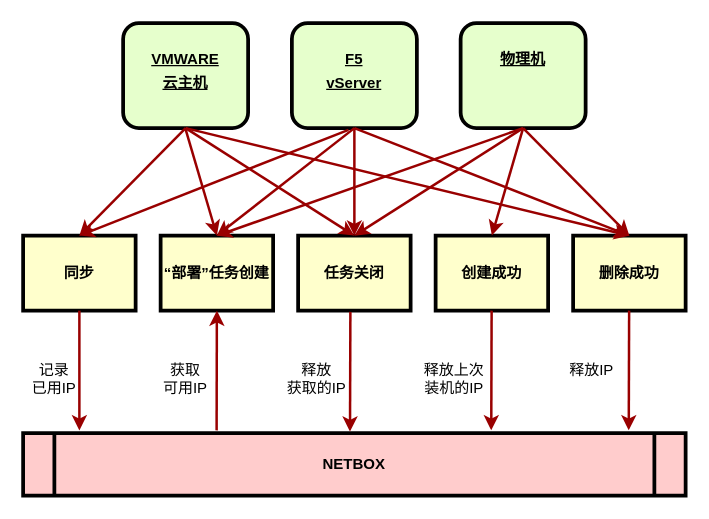
Before: IP管理流程图.drawio in Darren0829/draw.io, a draw.io diagram. Source tidied: cells renumbered, new cells numbered last; positions are measured from the earlier drawing's top-left corner, leaving out a move shared by most shapes. Both pictures are drawn from the tidied source at 125%, with x=0, y=0 at pixel (22, 22).
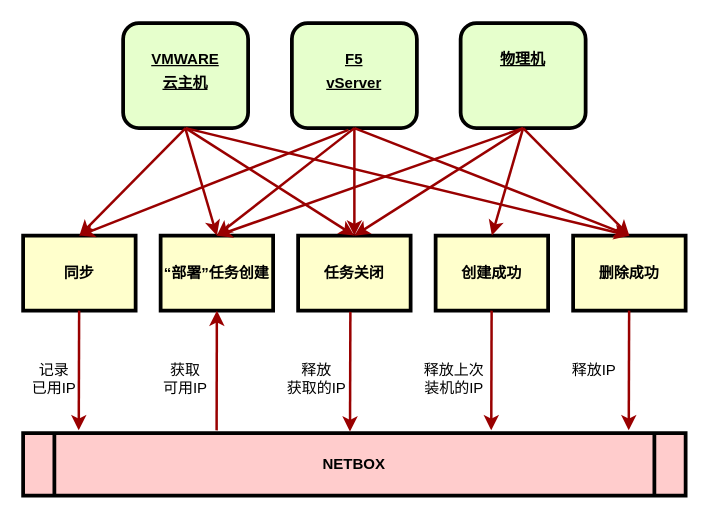
Above is the later version.

Commit message:
IP管理流程图.drawio

Unchanged cells that the change refers to:
```xml
<mxCell id="2" value="NETBOX" style="shape=process;whiteSpace=wrap;align=center;verticalAlign=middle;size=0.0475;fontStyle=1;strokeWidth=3;fillColor=#FFCCCC;" parent="1" vertex="1">
  <mxGeometry y="328" width="530" height="50" as="geometry" />
</mxCell>
<mxCell id="6" value="同步" style="whiteSpace=wrap;align=center;verticalAlign=middle;fontStyle=1;strokeWidth=3;fillColor=#FFFFCC;" parent="1" vertex="1">
  <mxGeometry y="170" width="90" height="60" as="geometry" />
</mxCell>
```

Change to the diagram source:
```diff
@@
-    <mxCell id="12" style="edgeStyle=elbowEdgeStyle;elbow=horizontal;strokeColor=#990000;strokeWidth=2;exitX=0.5;exitY=1;exitDx=0;exitDy=0;entryX=0.086;entryY=-0.043;entryDx=0;entryDy=0;entryPerimeter=0;" parent="1" edge="1" source="6" target="2">
-      <mxGeometry relative="1" as="geometry">
-        <Array as="points">
-          <mxPoint x="45" y="278" />
-          <mxPoint x="177.5" y="242" />
-          <mxPoint x="77.5" y="348" />
-        </Array>
-      </mxGeometry>
-    </mxCell>
@@
     <mxCell id="28" value="释放IP" style="text;spacingTop=-5;align=center;" parent="1" vertex="1">
-      <mxGeometry x="440" y="269" width="30" height="20" as="geometry" />
+      <mxGeometry x="442" y="269" width="30" height="20" as="geometry" />
     </mxCell>
@@
+    <mxCell id="33" style="edgeStyle=elbowEdgeStyle;elbow=horizontal;strokeColor=#990000;strokeWidth=2;exitX=0.5;exitY=1;exitDx=0;exitDy=0;entryX=0.086;entryY=-0.043;entryDx=0;entryDy=0;entryPerimeter=0;" parent="1" edge="1">
+      <mxGeometry relative="1" as="geometry">
+        <mxPoint x="44.8" y="230" as="sourcePoint" />
+        <mxPoint x="44.8" y="325.8" as="targetPoint" />
+        <Array as="points">
+          <mxPoint x="44.5" y="278" />
+          <mxPoint x="177" y="242" />
+          <mxPoint x="45" y="278" />
+        </Array>
+      </mxGeometry>
+    </mxCell>
```
